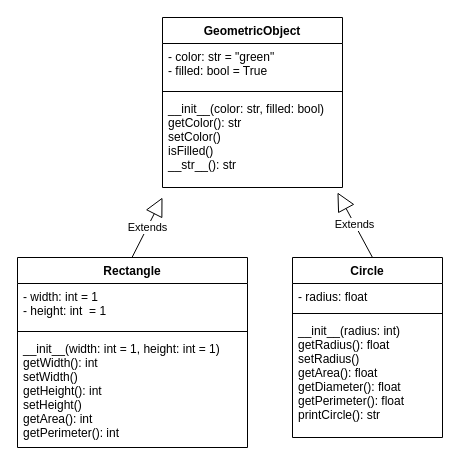
umazhar/CPEN333 keeps this draw.io diagram as page "Q1" (1 of 3) of lab7/Untitled Diagram.drawio. Above is the earlier version. Source tidied: cells renumbered, new cells numbered last; positions are measured from the earlier drawing's top-left corner, leaving out a move shared by most shapes. Both pictures are drawn from the tidied source at 100%, with x=0, y=0 at pixel (17, 17).
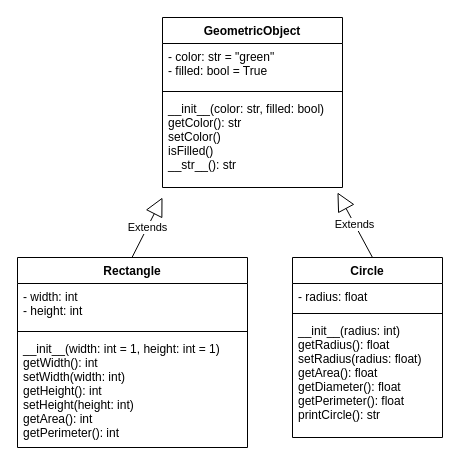
After the change.

Commit message:
final i swear pls pls pls

What changed in the source:
```diff
@@
 <mxGraphModel>
   <root>
     <mxCell id="0" />
     <mxCell id="1" parent="0" />
     <mxCell id="2" value="GeometricObject" style="swimlane;fontStyle=1;align=center;verticalAlign=top;horizontal=1;startSize=26;" parent="1" vertex="1">
       <mxGeometry x="145" width="180" height="170" as="geometry" />
     </mxCell>
     <mxCell id="3" value="- color: str = &quot;green&quot;&#10;- filled: bool = True" style="text;strokeColor=none;fillColor=none;align=left;verticalAlign=top;spacingLeft=4;spacingRight=4;overflow=hidden;" parent="2" vertex="1">
       <mxGeometry y="26" width="180" height="44" as="geometry" />
     </mxCell>
     <mxCell id="4" style="line;strokeWidth=1;fillColor=none;align=left;verticalAlign=middle;spacingTop=-1;spacingLeft=3;spacingRight=3;labelPosition=right;strokeColor=inherit;" parent="2" vertex="1">
       <mxGeometry y="70" width="180" height="8" as="geometry" />
     </mxCell>
     <mxCell id="5" value="__init__(color: str, filled: bool)&#10;getColor(): str&#10;setColor()&#10;isFilled()&#10;__str__(): str" style="text;strokeColor=none;fillColor=none;align=left;verticalAlign=top;spacingLeft=4;spacingRight=4;overflow=hidden;points=[[0,0.5],[1,0.5]];portConstraint=eastwest;" parent="2" vertex="1">
       <mxGeometry y="78" width="180" height="92" as="geometry" />
     </mxCell>
     <mxCell id="6" value="Circle" style="swimlane;fontStyle=1;align=center;verticalAlign=top;horizontal=1;startSize=26;" parent="1" vertex="1">
       <mxGeometry x="275" y="240" width="150" height="180" as="geometry" />
     </mxCell>
     <mxCell id="7" value="- radius: float" style="text;strokeColor=none;fillColor=none;align=left;verticalAlign=top;spacingLeft=4;spacingRight=4;overflow=hidden;" parent="6" vertex="1">
       <mxGeometry y="26" width="150" height="26" as="geometry" />
     </mxCell>
     <mxCell id="8" style="line;strokeWidth=1;fillColor=none;align=left;verticalAlign=middle;spacingTop=-1;spacingLeft=3;spacingRight=3;labelPosition=right;strokeColor=inherit;" parent="6" vertex="1">
       <mxGeometry y="52" width="150" height="8" as="geometry" />
     </mxCell>
-    <mxCell id="9" value="__init__(radius: int)&#10;getRadius(): float&#10;setRadius()&#10;getArea(): float&#10;getDiameter(): float&#10;getPerimeter(): float&#10;printCircle(): str&#10;" style="text;strokeColor=none;fillColor=none;align=left;verticalAlign=top;spacingLeft=4;spacingRight=4;overflow=hidden;" parent="6" vertex="1">
+    <mxCell id="9" value="__init__(radius: int)&#10;getRadius(): float&#10;setRadius(radius: float)&#10;getArea(): float&#10;getDiameter(): float&#10;getPerimeter(): float&#10;printCircle(): str&#10;" style="text;strokeColor=none;fillColor=none;align=left;verticalAlign=top;spacingLeft=4;spacingRight=4;overflow=hidden;" parent="6" vertex="1">
       <mxGeometry y="60" width="150" height="120" as="geometry" />
     </mxCell>
     <mxCell id="10" value="Rectangle" style="swimlane;fontStyle=1;align=center;verticalAlign=top;horizontal=1;startSize=26;" parent="1" vertex="1">
       <mxGeometry y="240" width="230" height="190" as="geometry" />
     </mxCell>
-    <mxCell id="11" value="- width: int = 1&#10;- height: int  = 1" style="text;strokeColor=none;fillColor=none;align=left;verticalAlign=top;spacingLeft=4;spacingRight=4;overflow=hidden;" parent="10" vertex="1">
+    <mxCell id="11" value="- width: int&#10;- height: int " style="text;strokeColor=none;fillColor=none;align=left;verticalAlign=top;spacingLeft=4;spacingRight=4;overflow=hidden;" parent="10" vertex="1">
       <mxGeometry y="26" width="230" height="44" as="geometry" />
     </mxCell>
     <mxCell id="12" style="line;strokeWidth=1;fillColor=none;align=left;verticalAlign=middle;spacingTop=-1;spacingLeft=3;spacingRight=3;labelPosition=right;strokeColor=inherit;" parent="10" vertex="1">
       <mxGeometry y="70" width="230" height="8" as="geometry" />
     </mxCell>
-    <mxCell id="13" value="__init__(width: int = 1, height: int = 1)&#10;getWidth(): int&#10;setWidth()&#10;getHeight(): int&#10;setHeight()&#10;getArea(): int&#10;getPerimeter(): int" style="text;strokeColor=none;fillColor=none;align=left;verticalAlign=top;spacingLeft=4;spacingRight=4;overflow=hidden;" parent="10" vertex="1">
+    <mxCell id="13" value="__init__(width: int = 1, height: int = 1)&#10;getWidth(): int&#10;setWidth(width: int)&#10;getHeight(): int&#10;setHeight(height: int)&#10;getArea(): int&#10;getPerimeter(): int" style="text;strokeColor=none;fillColor=none;align=left;verticalAlign=top;spacingLeft=4;spacingRight=4;overflow=hidden;" parent="10" vertex="1">
       <mxGeometry y="78" width="230" height="112" as="geometry" />
     </mxCell>
     <mxCell id="14" value="Extends" style="endArrow=block;endSize=16;endFill=0;html=1;rounded=0;" parent="1" edge="1">
       <mxGeometry relative="1" as="geometry">
         <mxPoint x="114.5" y="240" as="sourcePoint" />
         <mxPoint x="145" y="180" as="targetPoint" />
       </mxGeometry>
     </mxCell>
     <mxCell id="15" value="Extends" style="endArrow=block;endSize=16;endFill=0;html=1;rounded=0;entryX=0.972;entryY=1.054;entryDx=0;entryDy=0;entryPerimeter=0;" parent="1" edge="1" target="5">
       <mxGeometry relative="1" as="geometry">
         <mxPoint x="355" y="240" as="sourcePoint" />
       </mxGeometry>
     </mxCell>
   </root>
 </mxGraphModel>
```
